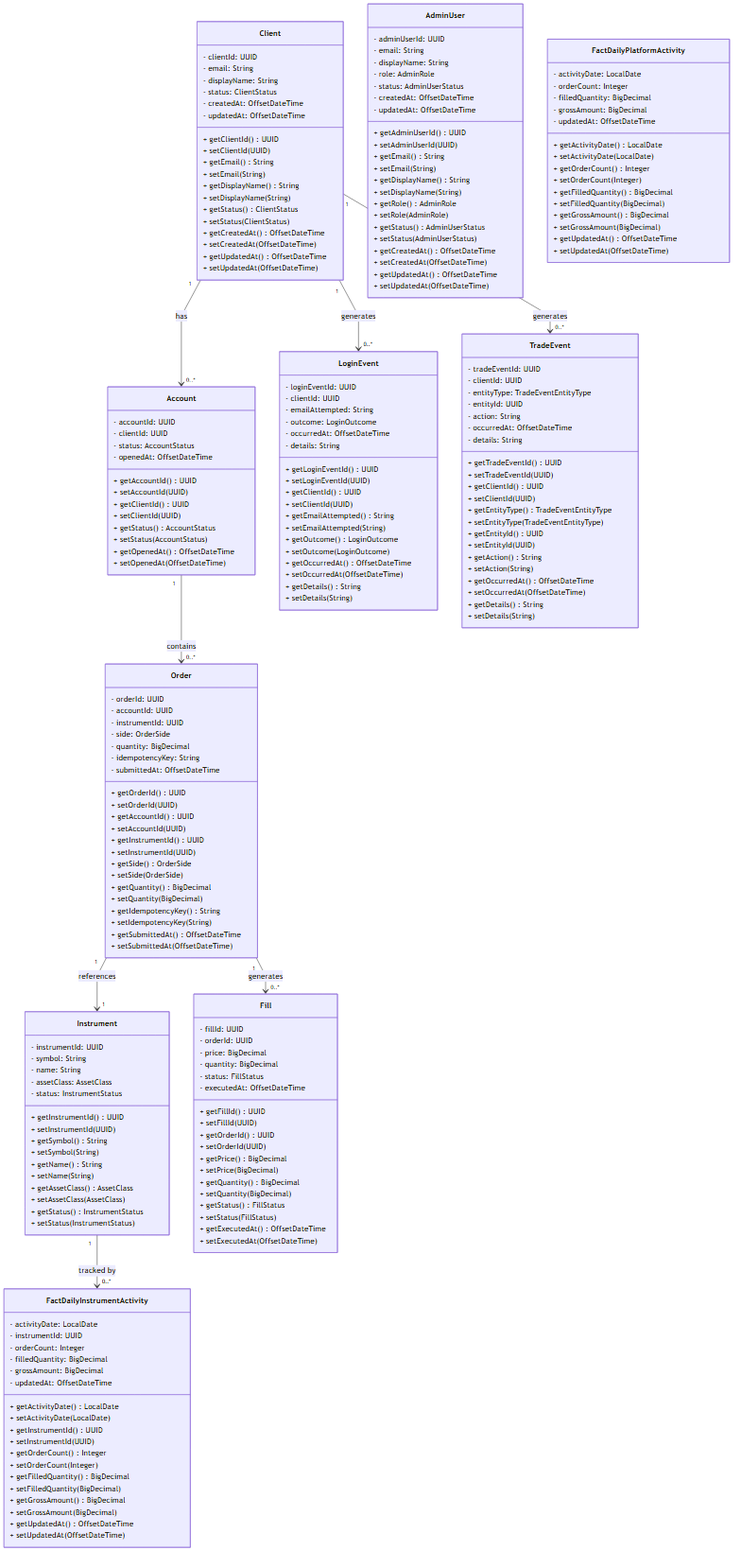
The Mermaid diagram presentation/uml_diagram.png in wcheaz/Toadstool, before a commit. Its source is kept beside it as presentation/uml_diagram.mmd.
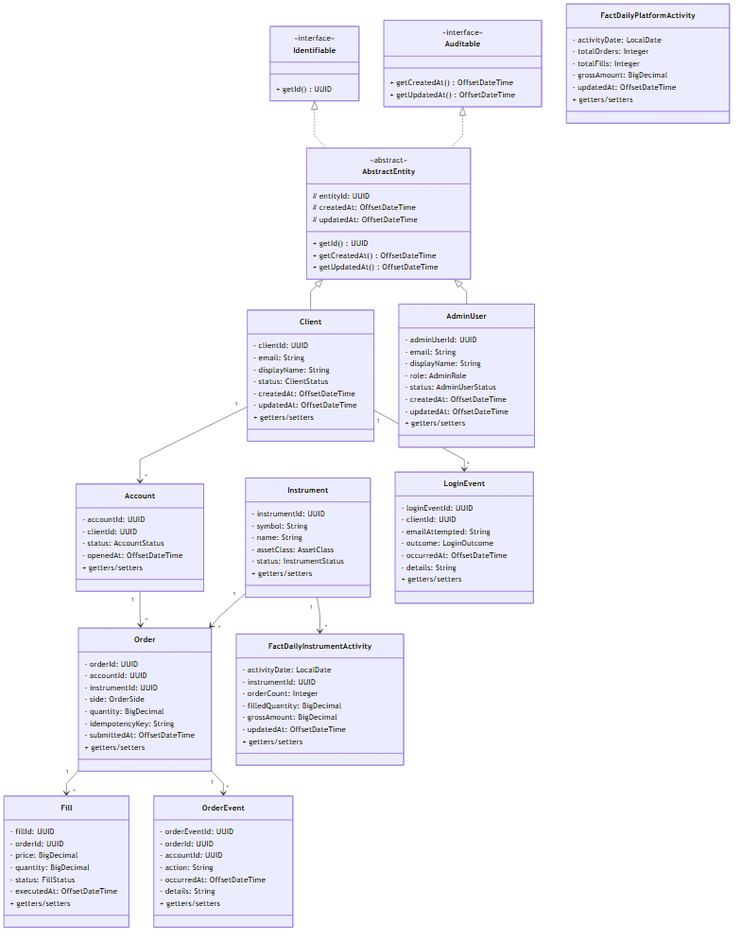
After the change.

What changed in the source:
```diff
@@ -1,5 +1,26 @@
 %%{init: {'flowchart': {'curve': 'linear'}, 'classDiagram': {'direction': 'LR'}}}%%
 classDiagram
+    class Identifiable {
+        <<interface>>
+        + getId() UUID
+    }
+
+    class Auditable {
+        <<interface>>
+        + getCreatedAt() OffsetDateTime
+        + getUpdatedAt() OffsetDateTime
+    }
+
+    class AbstractEntity {
+        <<abstract>>
+        # entityId: UUID
+        # createdAt: OffsetDateTime
+        # updatedAt: OffsetDateTime
+        + getId() UUID
+        + getCreatedAt() OffsetDateTime
+        + getUpdatedAt() OffsetDateTime
+    }
+
     class Client {
         - clientId: UUID
         - email: String
@@ -24,31 +45,18 @@
         - name: String
         - assetClass: AssetClass
         - status: InstrumentStatus
-        + getInstrumentId() UUID
-        + setInstrumentId(UUID)
-        + getSymbol() String
-        + setSymbol(String)
-        + getName() String
-        + setName(String)
-        + getAssetClass() AssetClass
-        + setters/setters
+        + getters/setters
+    }
+
+    class Order {
+        - orderId: UUID
+        - accountId: UUID
+        - instrumentId: UUID
+        - side: OrderSide
         - quantity: BigDecimal
         - idempotencyKey: String
         - submittedAt: OffsetDateTime
-        + getOrderId() UUID
-        + setOrderId(UUID)
-        + getAccountId() UUID
-        + setAccountId(UUID)
-        + getInstrumentId() UUID
-        + setInstrumentId(UUID)
-        + getSide() OrderSide
-        + setSide(OrderSide)
-        + getQuantity() BigDecimal
-        + setQuantity(BigDecimal)
-        + getIdempotencyKey() String
-        + setIdempotencyKey(String)
-        + getSubmittedAt() OffsetDateTime
-        + setSubmittedAt(OffsetDateTime)
+        + getters/setters
     }
 
     class Fill {
@@ -82,11 +90,10 @@
         + getters/setters
     }
 
-    class TradeEvent {
-        - tradeEventId: UUID
-        - clientId: UUID
-        - entityType: TradeEventEntityType
-        - entityId: UUID
+    class OrderEvent {
+        - orderEventId: UUID
+        - orderId: UUID
+        - accountId: UUID
         - action: String
         - occurredAt: OffsetDateTime
         - details: String
@@ -100,24 +107,26 @@
         - filledQuantity: BigDecimal
         - grossAmount: BigDecimal
         - updatedAt: OffsetDateTime
-        + getActivityDate() LocalDate
-        + setActivityDate(LocalDate)
-        + getInstrumentId() UUID
-        + setInstrumentId(UUID)
-        + getOrderCount() Integer
-        + setOrderCount(Integer)
-        + getFilledQuantity() BigDecimal
-        + setFilledQuantity(BigDecimal)
-        + getGrossAmount() BigDecimal
-        + setGrossAmount(BigDecimal)
-        + getUpdatedAt() OffsetDateTime
-        + setUpdatedAt(OffsetDateTime)
+        + getters/setters
     }
-ters/settersal
-        + setFilledQuantity(BigDecimal)
-        + getGrossAmount() BigDecimal
-        + setGrossAmount(BigDecimal)
-        + getUpdatedAt() OffsetDateTime
-        + setUpdatedAt(OffsetDateTime)
+
+    class FactDailyPlatformActivity {
+        - activityDate: LocalDate
+        - totalOrders: Integer
+        - totalFills: Integer
+        - grossAmount: BigDecimal
+        - updatedAt: OffsetDateTime
+        + getters/setters
     }
-ters/setters
+
+    Identifiable <|.. AbstractEntity
+    Auditable <|.. AbstractEntity
+    AbstractEntity <|-- Client
+    AbstractEntity <|-- AdminUser
+    Client "1" --> "*" Account
+    Account "1" --> "*" Order
+    Instrument "1" --> "*" Order
+    Order "1" --> "*" Fill
+    Client "1" --> "*" LoginEvent
+    Order "1" --> "*" OrderEvent
+    Instrument "1" --> "*" FactDailyInstrumentActivity
```
